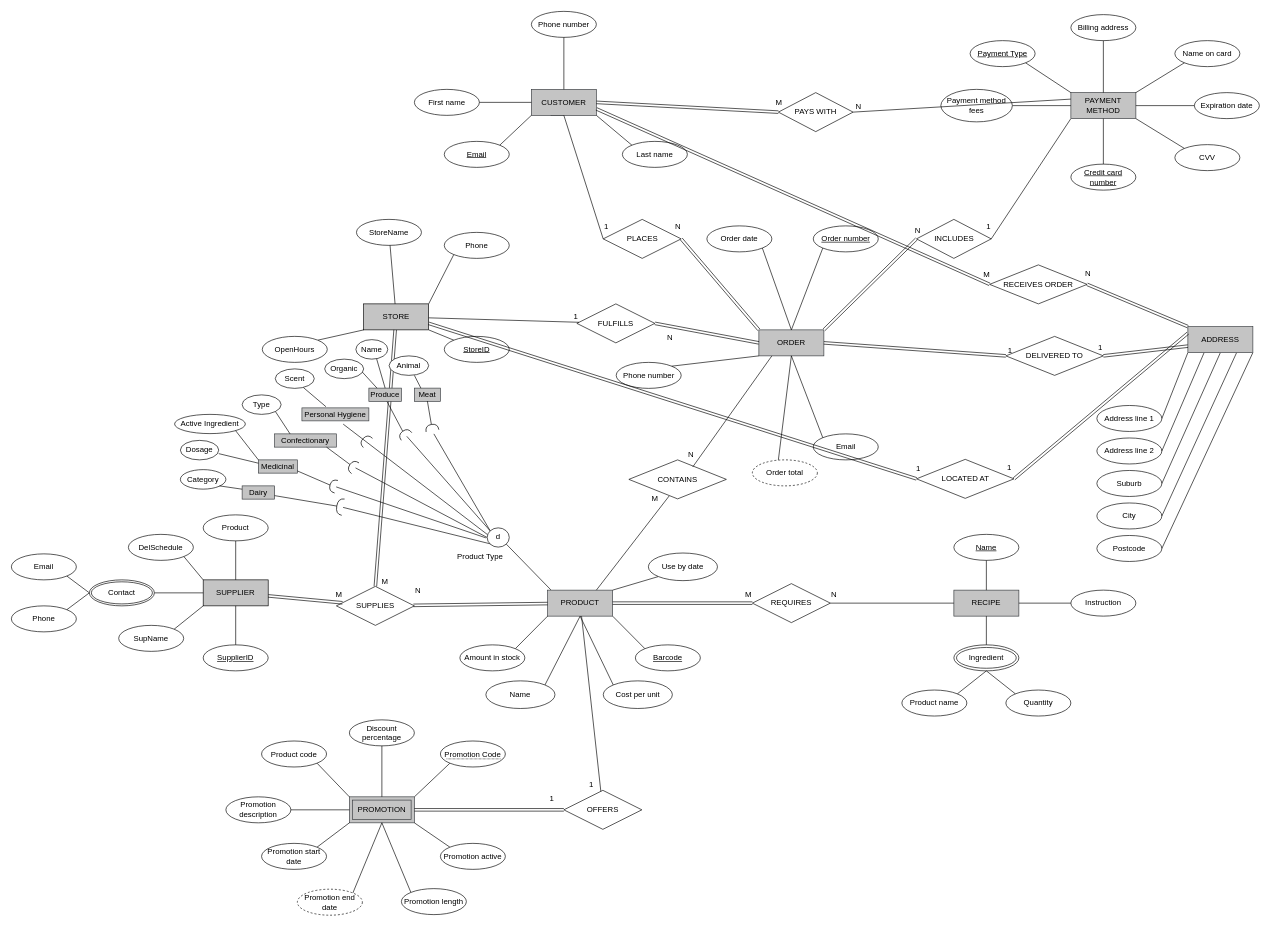
Earlier version of the draw.io diagram online_food_store copy.drawio (ThibaudARoy/Group5EntityRelationshipDiagram). Source tidied: cells renumbered, new cells numbered last; positions are measured from the earlier drawing's top-left corner, leaving out a move shared by most shapes. Both pictures are drawn from the tidied source at 65%, with x=0, y=0 at pixel (11, 11).
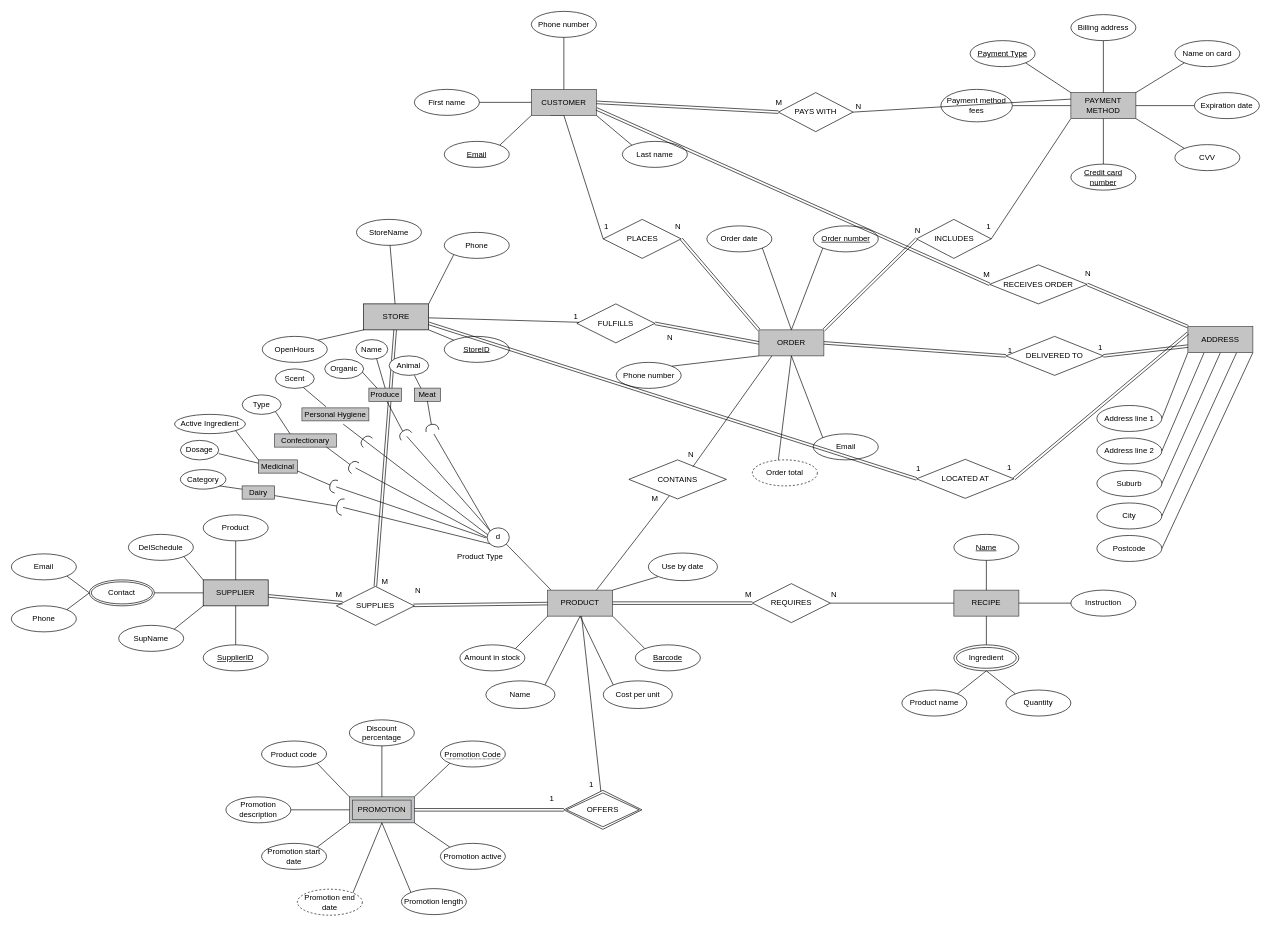
Above is the later version.

The change refers to these unchanged cells:
```xml
<mxCell id="84" value="PROMOTION" style="shape=ext;margin=3;double=1;whiteSpace=wrap;html=1;align=center;fillColor=#C4C4C4;strokeColor=#36393d;" parent="1" vertex="1">
  <mxGeometry x="520" y="1208.4" width="100" height="40" as="geometry" />
</mxCell>
<mxCell id="95" value="PRODUCT" style="whiteSpace=wrap;html=1;align=center;fillColor=#C4C4C4;strokeColor=#36393d;" parent="1" vertex="1">
  <mxGeometry x="825" y="890.4" width="100" height="40" as="geometry" />
</mxCell>
```

What changed in the source:
```diff
@@
-    <mxCell id="93" value="OFFERS" style="shape=rhombus;perimeter=rhombusPerimeter;whiteSpace=wrap;html=1;align=center;" parent="1" vertex="1">
-      <mxGeometry x="850" y="1198.4" width="120" height="60" as="geometry" />
-    </mxCell>
@@
-    <mxCell id="96" style="endArrow=none;html=1;rounded=0;" parent="1" edge="1" source="95" target="93">
-      <mxGeometry relative="1" as="geometry" />
+    <mxCell id="96" style="endArrow=none;html=1;rounded=0;" parent="1" edge="1" source="95">
+      <mxGeometry relative="1" as="geometry">
+        <mxPoint x="906.9" y="1199.9" as="targetPoint" />
+      </mxGeometry>
     </mxCell>
@@
-    <mxCell id="108" style="shape=link;html=1;rounded=0;entryX=1;entryY=0.5;entryDx=0;entryDy=0;exitX=0;exitY=0.5;exitDx=0;exitDy=0;" parent="1" edge="1" source="93" target="84">
-      <mxGeometry relative="1" as="geometry" />
+    <mxCell id="108" style="shape=link;html=1;rounded=0;entryX=1;entryY=0.5;entryDx=0;entryDy=0;exitX=0;exitY=0.5;exitDx=0;exitDy=0;" parent="1" edge="1" target="84">
+      <mxGeometry relative="1" as="geometry">
+        <mxPoint x="850" y="1228.4" as="sourcePoint" />
+      </mxGeometry>
     </mxCell>
@@
+    <mxCell id="93" value="OFFERS" style="shape=rhombus;double=1;perimeter=rhombusPerimeter;whiteSpace=wrap;html=1;align=center;" parent="1" vertex="1">
+      <mxGeometry x="850" y="1198.4" width="120" height="60" as="geometry" />
+    </mxCell>
```
